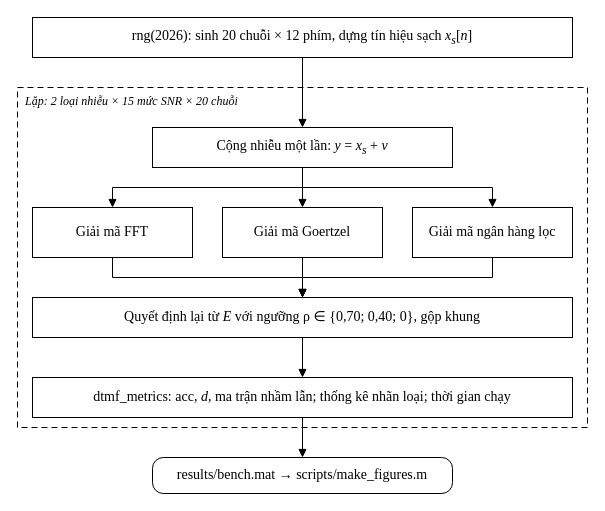
Before: report/template/Figures/drawio/SD_thi_nghiem.drawio in AIVIETNAM-AIO-DoHongNhat/DTMF, a draw.io diagram. Source tidied: cells renumbered, new cells numbered last; positions are measured from the earlier drawing's top-left corner, leaving out a move shared by most shapes. Both pictures are drawn from the tidied source at 100%, with x=0, y=0 at pixel (17, 17).
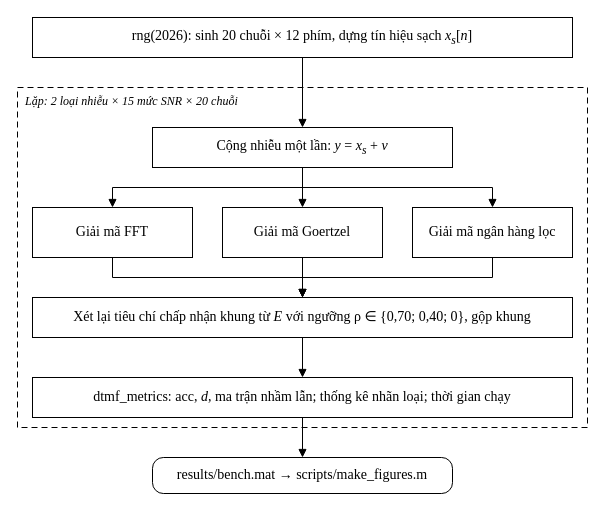
The same page after the edit.

Diff of the diagram source:
```diff
@@
 <mxGraphModel background="#FFFFFF">
   <root>
     <mxCell id="0" />
     <mxCell id="1" parent="0" />
     <mxCell id="2" value="rng(2026): sinh 20 chuỗi × 12 phím, dựng tín hiệu sạch &lt;i&gt;x&lt;/i&gt;&lt;sub&gt;&lt;i&gt;s&lt;/i&gt;&lt;/sub&gt;[&lt;i&gt;n&lt;/i&gt;]" style="rounded=0;whiteSpace=wrap;html=1;strokeColor=#000000;fillColor=#FFFFFF;strokeWidth=1;fontSize=14;fontFamily=Times New Roman;fontColor=#000000;" parent="1" vertex="1">
       <mxGeometry x="15" width="540" height="40" as="geometry" />
     </mxCell>
     <mxCell id="3" value="Cộng nhiễu một lần: &lt;i&gt;y&lt;/i&gt; = &lt;i&gt;x&lt;/i&gt;&lt;sub&gt;&lt;i&gt;s&lt;/i&gt;&lt;/sub&gt; + &lt;i&gt;v&lt;/i&gt;" style="rounded=0;whiteSpace=wrap;html=1;strokeColor=#000000;fillColor=#FFFFFF;strokeWidth=1;fontSize=14;fontFamily=Times New Roman;fontColor=#000000;" parent="1" vertex="1">
       <mxGeometry x="135" y="110" width="300" height="40" as="geometry" />
     </mxCell>
     <mxCell id="4" value="Giải mã FFT" style="rounded=0;whiteSpace=wrap;html=1;strokeColor=#000000;fillColor=#FFFFFF;strokeWidth=1;fontSize=14;fontFamily=Times New Roman;fontColor=#000000;" parent="1" vertex="1">
       <mxGeometry x="15" y="190" width="160" height="50" as="geometry" />
     </mxCell>
     <mxCell id="5" value="Giải mã Goertzel" style="rounded=0;whiteSpace=wrap;html=1;strokeColor=#000000;fillColor=#FFFFFF;strokeWidth=1;fontSize=14;fontFamily=Times New Roman;fontColor=#000000;" parent="1" vertex="1">
       <mxGeometry x="205" y="190" width="160" height="50" as="geometry" />
     </mxCell>
     <mxCell id="6" value="Giải mã ngân hàng lọc" style="rounded=0;whiteSpace=wrap;html=1;strokeColor=#000000;fillColor=#FFFFFF;strokeWidth=1;fontSize=14;fontFamily=Times New Roman;fontColor=#000000;" parent="1" vertex="1">
       <mxGeometry x="395" y="190" width="160" height="50" as="geometry" />
     </mxCell>
-    <mxCell id="7" value="Quyết định lại từ &lt;i&gt;E&lt;/i&gt; với ngưỡng ρ ∈ {0,70; 0,40; 0}, gộp khung" style="rounded=0;whiteSpace=wrap;html=1;strokeColor=#000000;fillColor=#FFFFFF;strokeWidth=1;fontSize=14;fontFamily=Times New Roman;fontColor=#000000;" parent="1" vertex="1">
+    <mxCell id="7" value="Xét lại tiêu chí chấp nhận khung từ &lt;i&gt;E&lt;/i&gt; với ngưỡng ρ ∈ {0,70; 0,40; 0}, gộp khung" style="rounded=0;whiteSpace=wrap;html=1;strokeColor=#000000;fillColor=#FFFFFF;strokeWidth=1;fontSize=14;fontFamily=Times New Roman;fontColor=#000000;" parent="1" vertex="1">
       <mxGeometry x="15" y="280" width="540" height="40" as="geometry" />
     </mxCell>
     <mxCell id="8" value="dtmf_metrics: acc, &lt;i&gt;d&lt;/i&gt;, ma trận nhầm lẫn; thống kê nhãn loại; thời gian chạy" style="rounded=0;whiteSpace=wrap;html=1;strokeColor=#000000;fillColor=#FFFFFF;strokeWidth=1;fontSize=14;fontFamily=Times New Roman;fontColor=#000000;" parent="1" vertex="1">
       <mxGeometry x="15" y="360" width="540" height="40" as="geometry" />
     </mxCell>
     <mxCell id="9" value="results/bench.mat → scripts/make_figures.m" style="rounded=1;arcSize=30;whiteSpace=wrap;html=1;strokeColor=#000000;fillColor=#FFFFFF;strokeWidth=1;fontSize=14;fontFamily=Times New Roman;fontColor=#000000;" parent="1" vertex="1">
       <mxGeometry x="135" y="440" width="300" height="36" as="geometry" />
     </mxCell>
     <mxCell id="10" style="edgeStyle=orthogonalEdgeStyle;rounded=0;html=1;strokeColor=#000000;strokeWidth=1;endArrow=block;endFill=1;endSize=6;fontSize=13;labelBackgroundColor=#FFFFFF;fontFamily=Times New Roman;fontColor=#000000;" parent="1" edge="1" source="2" target="3">
       <mxGeometry relative="1" as="geometry" />
     </mxCell>
     <mxCell id="11" style="edgeStyle=orthogonalEdgeStyle;rounded=0;html=1;strokeColor=#000000;strokeWidth=1;endArrow=block;endFill=1;endSize=6;fontSize=13;labelBackgroundColor=#FFFFFF;fontFamily=Times New Roman;fontColor=#000000;exitX=0.5;exitY=1;exitDx=0;exitDy=0;entryX=0.5;entryY=0;entryDx=0;entryDy=0;" parent="1" edge="1" source="3" target="4">
       <mxGeometry relative="1" as="geometry" />
     </mxCell>
     <mxCell id="12" style="edgeStyle=orthogonalEdgeStyle;rounded=0;html=1;strokeColor=#000000;strokeWidth=1;endArrow=block;endFill=1;endSize=6;fontSize=13;labelBackgroundColor=#FFFFFF;fontFamily=Times New Roman;fontColor=#000000;exitX=0.5;exitY=1;exitDx=0;exitDy=0;entryX=0.5;entryY=0;entryDx=0;entryDy=0;" parent="1" edge="1" source="4" target="7">
       <mxGeometry relative="1" as="geometry" />
     </mxCell>
     <mxCell id="13" style="edgeStyle=orthogonalEdgeStyle;rounded=0;html=1;strokeColor=#000000;strokeWidth=1;endArrow=block;endFill=1;endSize=6;fontSize=13;labelBackgroundColor=#FFFFFF;fontFamily=Times New Roman;fontColor=#000000;exitX=0.5;exitY=1;exitDx=0;exitDy=0;entryX=0.5;entryY=0;entryDx=0;entryDy=0;" parent="1" edge="1" source="3" target="5">
       <mxGeometry relative="1" as="geometry" />
     </mxCell>
     <mxCell id="14" style="edgeStyle=orthogonalEdgeStyle;rounded=0;html=1;strokeColor=#000000;strokeWidth=1;endArrow=block;endFill=1;endSize=6;fontSize=13;labelBackgroundColor=#FFFFFF;fontFamily=Times New Roman;fontColor=#000000;exitX=0.5;exitY=1;exitDx=0;exitDy=0;entryX=0.5;entryY=0;entryDx=0;entryDy=0;" parent="1" edge="1" source="5" target="7">
       <mxGeometry relative="1" as="geometry" />
     </mxCell>
     <mxCell id="15" style="edgeStyle=orthogonalEdgeStyle;rounded=0;html=1;strokeColor=#000000;strokeWidth=1;endArrow=block;endFill=1;endSize=6;fontSize=13;labelBackgroundColor=#FFFFFF;fontFamily=Times New Roman;fontColor=#000000;exitX=0.5;exitY=1;exitDx=0;exitDy=0;entryX=0.5;entryY=0;entryDx=0;entryDy=0;" parent="1" edge="1" source="3" target="6">
       <mxGeometry relative="1" as="geometry" />
     </mxCell>
     <mxCell id="16" style="edgeStyle=orthogonalEdgeStyle;rounded=0;html=1;strokeColor=#000000;strokeWidth=1;endArrow=block;endFill=1;endSize=6;fontSize=13;labelBackgroundColor=#FFFFFF;fontFamily=Times New Roman;fontColor=#000000;exitX=0.5;exitY=1;exitDx=0;exitDy=0;entryX=0.5;entryY=0;entryDx=0;entryDy=0;" parent="1" edge="1" source="6" target="7">
       <mxGeometry relative="1" as="geometry" />
     </mxCell>
     <mxCell id="17" style="edgeStyle=orthogonalEdgeStyle;rounded=0;html=1;strokeColor=#000000;strokeWidth=1;endArrow=block;endFill=1;endSize=6;fontSize=13;labelBackgroundColor=#FFFFFF;fontFamily=Times New Roman;fontColor=#000000;" parent="1" edge="1" source="7" target="8">
       <mxGeometry relative="1" as="geometry" />
     </mxCell>
     <mxCell id="18" style="edgeStyle=orthogonalEdgeStyle;rounded=0;html=1;strokeColor=#000000;strokeWidth=1;endArrow=block;endFill=1;endSize=6;fontSize=13;labelBackgroundColor=#FFFFFF;fontFamily=Times New Roman;fontColor=#000000;" parent="1" edge="1" source="8" target="9">
       <mxGeometry relative="1" as="geometry" />
     </mxCell>
     <mxCell id="19" value="Lặp: 2 loại nhiễu × 15 mức SNR × 20 chuỗi" style="rounded=0;whiteSpace=wrap;html=1;strokeColor=#000000;fillColor=none;dashed=1;dashPattern=6 4;strokeWidth=1;fontSize=12;fontStyle=2;fontFamily=Times New Roman;fontColor=#000000;verticalAlign=top;align=left;spacingLeft=6;" parent="1" vertex="1">
       <mxGeometry y="70" width="570" height="340" as="geometry" />
     </mxCell>
   </root>
 </mxGraphModel>
```
